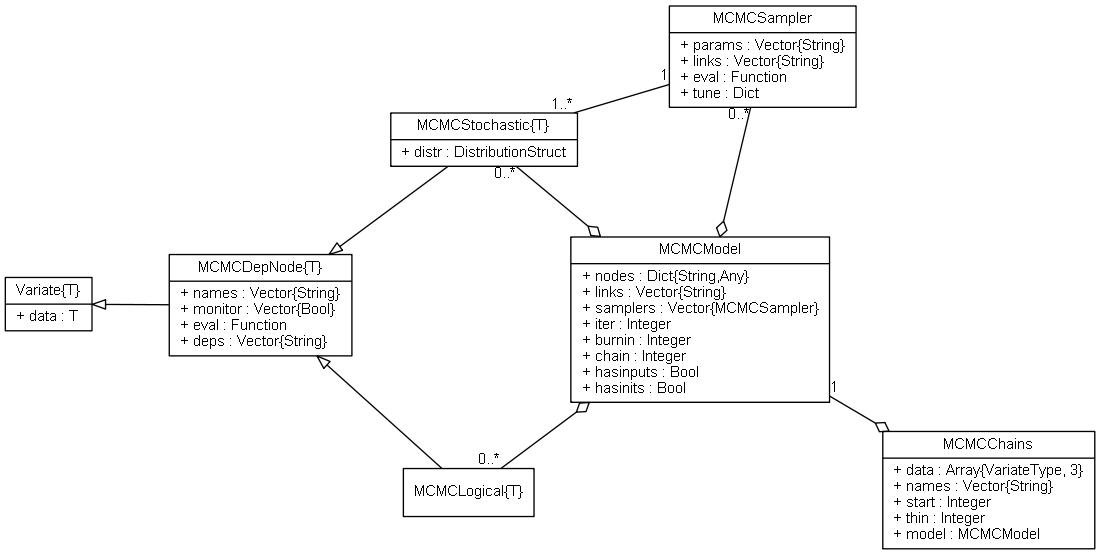
Before: doc/images/mcmcUML.png, a diagram exported from Graphviz (brian-j-smith/Mamba.jl). Its source is kept beside it as doc/images/mcmcUML.dot. The source it was exported from:
```dot
graph MCMC {
	fontname = "Helvetica"
	fontsize = 11
	overlap = scalexy
	sep = "+0,26"

	node [fontname = "Helvetica", fontsize = 11, shape = record]

	edge [fontname = "Helvetica", fontsize = 11, dir = both, arrowtail = none, arrowhead = none]

	Variate [label = "{Variate\{T\}|+ data : T\l}"]

	MCMCDepNode [label = "{MCMCDepNode\{T\}|+ names : Vector\{String\}\l+ monitor : Vector\{Bool\}\l+ eval : Function\l+ deps : Vector\{String\}\l}"]

	MCMCLogical [label = "{MCMCLogical\{T\}}"]

	MCMCStochastic [label = "{MCMCStochastic\{T\}|+ distr : DistributionStruct\l}"]

	MCMCSampler [label = "{MCMCSampler|+ params : Vector\{String\}\l+ links : Vector\{String\}\l+ eval : Function\l+ tune : Dict\l}"]

	MCMCModel [label = "{MCMCModel|+ nodes : Dict\{String,Any\}\l+ links : Vector\{String\}\l+ samplers : Vector\{MCMCSampler\}\l+ iter : Integer\l+ burnin : Integer\l+ chain : Integer\l+ hasinputs : Bool\l+ hasinits : Bool\l}"]

	MCMCChains [label = "{MCMCChains|+ data : Array\{VariateType, 3\}\l+ names : Vector\{String\}\l+ start : Integer\l+ thin : Integer\l+ model : MCMCModel\l}"]

	MCMCDepNode -- Variate[len = 0.8, arrowhead = empty]
	MCMCLogical -- MCMCDepNode[arrowhead = empty]
	MCMCStochastic -- MCMCDepNode[arrowhead = empty]
	MCMCSampler -- MCMCStochastic[len = 1.2, taillabel = "1", headlabel = "1..*"]
	MCMCModel -- MCMCSampler[arrowtail = odiamond, headlabel = "0..*"]
	MCMCModel -- MCMCLogical[arrowtail = odiamond, headlabel = "0..*"]
	MCMCModel -- MCMCStochastic[arrowtail = odiamond, headlabel = "0..*"]
	MCMCChains -- MCMCModel[len = 1.2, arrowtail = odiamond, headlabel = "1"]

}
```
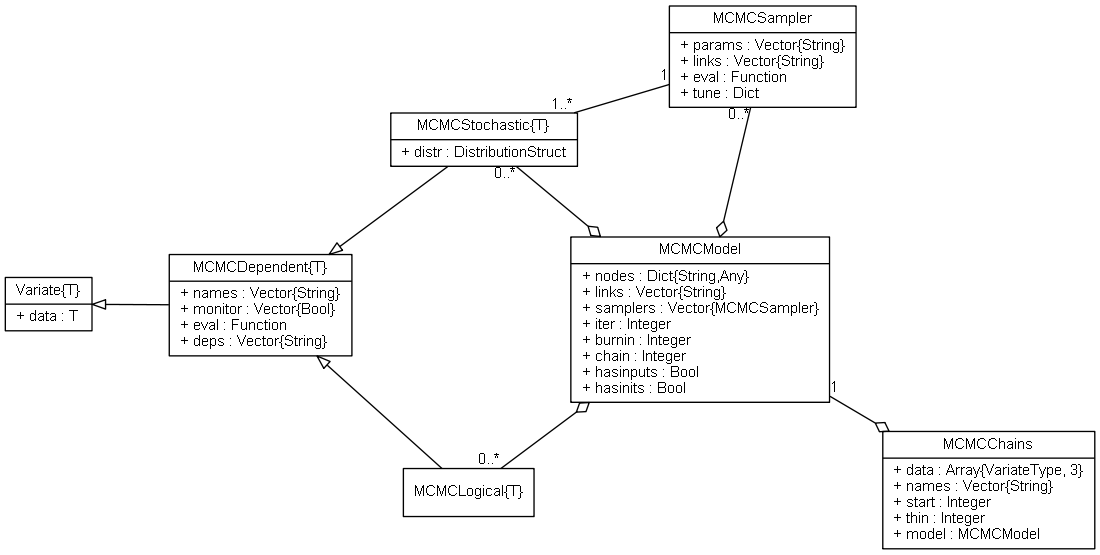
The same file after the commit.

The edit, as a diff of the source:
```diff
@@ -10,7 +10,7 @@
 
 	Variate [label = "{Variate\{T\}|+ data : T\l}"]
 
-	MCMCDepNode [label = "{MCMCDepNode\{T\}|+ names : Vector\{String\}\l+ monitor : Vector\{Bool\}\l+ eval : Function\l+ deps : Vector\{String\}\l}"]
+	MCMCDependent [label = "{MCMCDependent\{T\}|+ names : Vector\{String\}\l+ monitor : Vector\{Bool\}\l+ eval : Function\l+ deps : Vector\{String\}\l}"]
 
 	MCMCLogical [label = "{MCMCLogical\{T\}}"]
 
@@ -22,9 +22,9 @@
 
 	MCMCChains [label = "{MCMCChains|+ data : Array\{VariateType, 3\}\l+ names : Vector\{String\}\l+ start : Integer\l+ thin : Integer\l+ model : MCMCModel\l}"]
 
-	MCMCDepNode -- Variate[len = 0.8, arrowhead = empty]
-	MCMCLogical -- MCMCDepNode[arrowhead = empty]
-	MCMCStochastic -- MCMCDepNode[arrowhead = empty]
+	MCMCDependent -- Variate[len = 0.8, arrowhead = empty]
+	MCMCLogical -- MCMCDependent[arrowhead = empty]
+	MCMCStochastic -- MCMCDependent[arrowhead = empty]
 	MCMCSampler -- MCMCStochastic[len = 1.2, taillabel = "1", headlabel = "1..*"]
 	MCMCModel -- MCMCSampler[arrowtail = odiamond, headlabel = "0..*"]
 	MCMCModel -- MCMCLogical[arrowtail = odiamond, headlabel = "0..*"]
```
